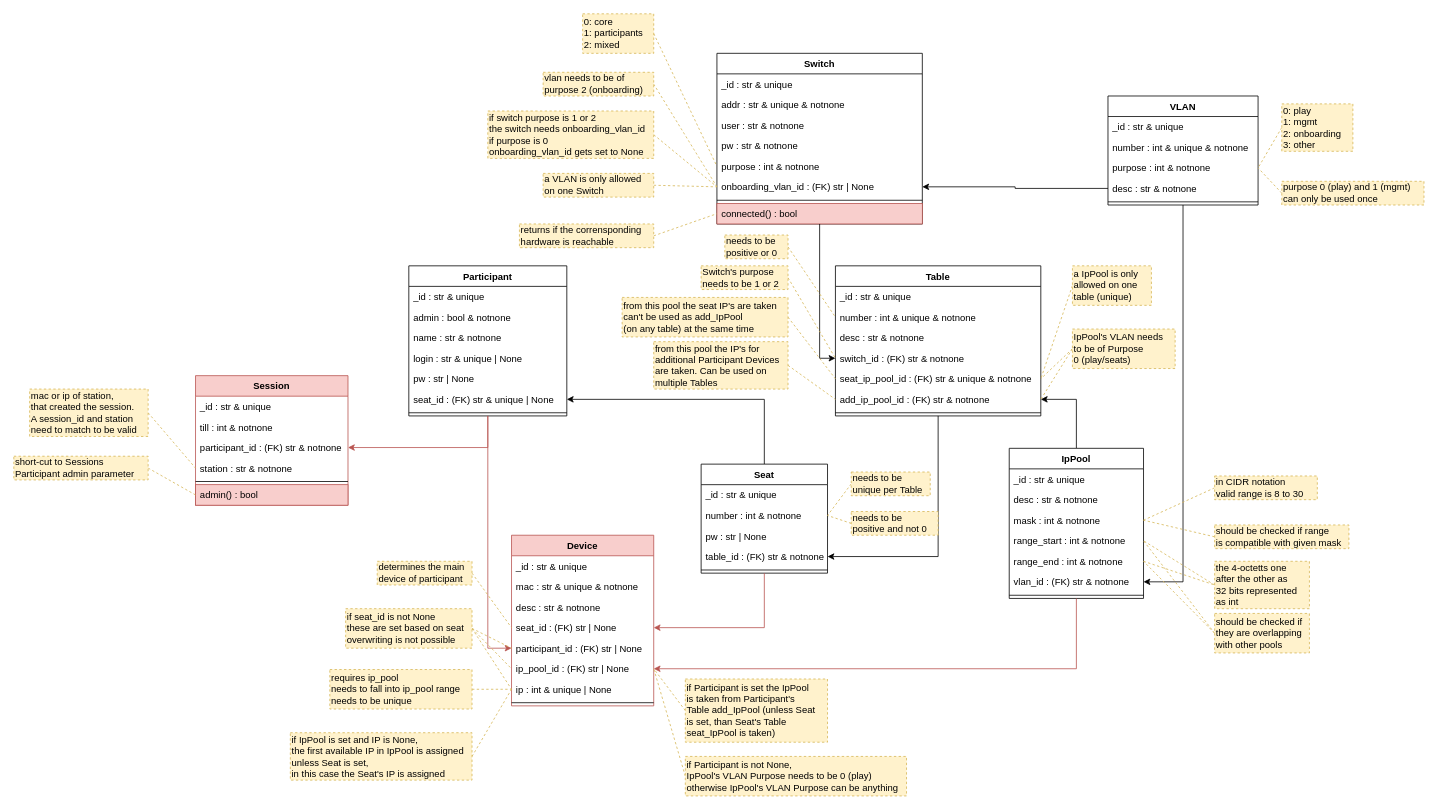
nils-ost/LanPartyOnboardingSystem keeps this draw.io diagram as docs/elements_classes.drawio. Above is the earlier version. Source tidied: cells renumbered, new cells numbered last; positions are measured from the earlier drawing's top-left corner, leaving out a move shared by most shapes. Both pictures are drawn from the tidied source at 79%, with x=0, y=0 at pixel (13, 13).
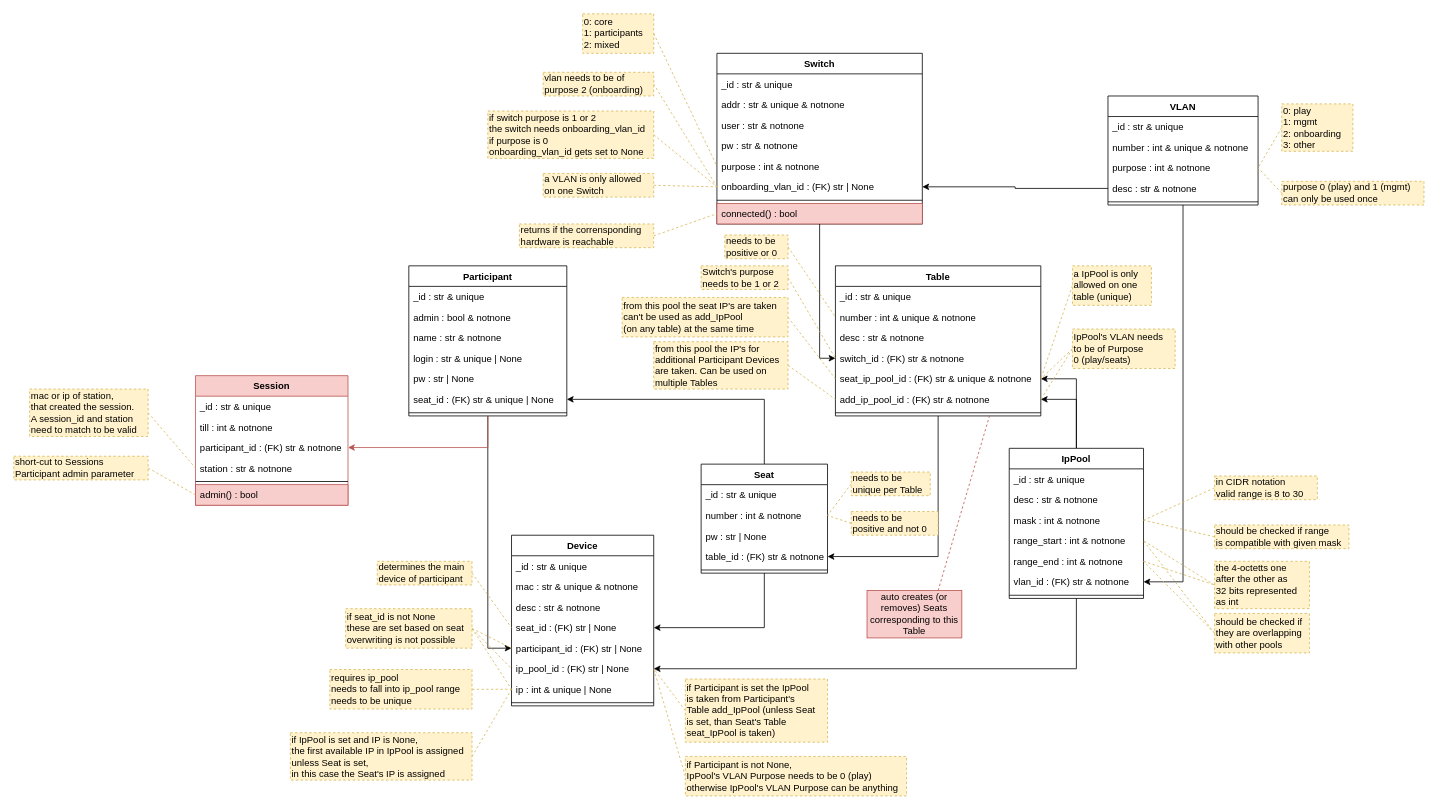
Above is the later version.

Commit message (it also covers changes not shown here):
implemented element Device

The change refers to these unchanged cells:
```xml
<mxCell id="23" value="Table" style="swimlane;fontStyle=1;align=center;verticalAlign=top;horizontal=1;startSize=26;" parent="1" vertex="1">
  <mxGeometry x="1040" y="319" width="260" height="190" as="geometry" />
</mxCell>
<mxCell id="28" value="seat_ip_pool_id : (FK) str &amp; unique &amp; notnone" style="text;strokeColor=none;fillColor=none;align=left;verticalAlign=top;spacingLeft=4;spacingRight=4;overflow=hidden;points=[[0,0.5],[1,0.5]];portConstraint=eastwest;dashed=1;" parent="23" vertex="1">
  <mxGeometry y="130" width="260" height="26" as="geometry" />
</mxCell>
<mxCell id="33" value="IpPool" style="swimlane;fontStyle=1;align=center;verticalAlign=top;horizontal=1;startSize=26;" parent="1" vertex="1">
  <mxGeometry x="1260" y="550" width="170" height="190" as="geometry" />
</mxCell>
<mxCell id="45" value="Seat" style="swimlane;fontStyle=1;align=center;verticalAlign=top;horizontal=1;startSize=26;" parent="1" vertex="1">
  <mxGeometry x="870" y="570" width="160" height="138" as="geometry" />
</mxCell>
<mxCell id="52" value="Participant" style="swimlane;fontStyle=1;align=center;verticalAlign=top;horizontal=1;startSize=26;" parent="1" vertex="1">
  <mxGeometry x="500" y="319" width="200" height="190" as="geometry" />
</mxCell>
<mxCell id="64" value="seat_id : (FK) str | None" style="text;strokeColor=none;fillColor=none;align=left;verticalAlign=top;spacingLeft=4;spacingRight=4;overflow=hidden;points=[[0,0.5],[1,0.5]];portConstraint=eastwest;" parent="60" vertex="1">
  <mxGeometry y="104" width="180" height="26" as="geometry" />
</mxCell>
<mxCell id="65" value="participant_id : (FK) str | None" style="text;strokeColor=none;fillColor=none;align=left;verticalAlign=top;spacingLeft=4;spacingRight=4;overflow=hidden;points=[[0,0.5],[1,0.5]];portConstraint=eastwest;" parent="60" vertex="1">
  <mxGeometry y="130" width="180" height="26" as="geometry" />
</mxCell>
<mxCell id="66" value="ip_pool_id : (FK) str | None" style="text;strokeColor=none;fillColor=none;align=left;verticalAlign=top;spacingLeft=4;spacingRight=4;overflow=hidden;points=[[0,0.5],[1,0.5]];portConstraint=eastwest;" parent="60" vertex="1">
  <mxGeometry y="156" width="180" height="26" as="geometry" />
</mxCell>
```

The edit, as a diff of the source:
```diff
@@
+    <mxCell id="132" style="edgeStyle=orthogonalEdgeStyle;rounded=0;jettySize=auto;html=1;" parent="1" edge="1" source="33" target="28">
+      <mxGeometry relative="1" as="geometry" />
+    </mxCell>
@@
-    <mxCell id="60" value="Device" style="swimlane;fontStyle=1;align=center;verticalAlign=top;horizontal=1;startSize=26;fillColor=#f8cecc;strokeColor=#b85450;" parent="1" vertex="1">
+    <mxCell id="60" value="Device" style="swimlane;fontStyle=1;align=center;verticalAlign=top;horizontal=1;startSize=26;" parent="1" vertex="1">
       <mxGeometry x="630" y="660" width="180" height="216" as="geometry" />
     </mxCell>
@@
-    <mxCell id="69" style="edgeStyle=orthogonalEdgeStyle;rounded=0;jettySize=auto;html=1;endArrow=classic;endFill=1;fillColor=#f8cecc;strokeColor=#b85450;" parent="1" edge="1" source="45" target="64">
+    <mxCell id="69" style="edgeStyle=orthogonalEdgeStyle;rounded=0;jettySize=auto;html=1;endArrow=classic;endFill=1;" parent="1" edge="1" source="45" target="64">
       <mxGeometry relative="1" as="geometry" />
     </mxCell>
-    <mxCell id="70" style="edgeStyle=orthogonalEdgeStyle;rounded=0;jettySize=auto;html=1;endArrow=classic;endFill=1;fillColor=#f8cecc;strokeColor=#b85450;" parent="1" edge="1" source="52" target="65">
+    <mxCell id="70" style="edgeStyle=orthogonalEdgeStyle;rounded=0;jettySize=auto;html=1;endArrow=classic;endFill=1;" parent="1" edge="1" source="52" target="65">
       <mxGeometry relative="1" as="geometry" />
     </mxCell>
-    <mxCell id="71" style="edgeStyle=orthogonalEdgeStyle;rounded=0;jettySize=auto;html=1;endArrow=classic;endFill=1;fillColor=#f8cecc;strokeColor=#b85450;" parent="1" edge="1" source="33" target="66">
+    <mxCell id="71" style="edgeStyle=orthogonalEdgeStyle;rounded=0;jettySize=auto;html=1;endArrow=classic;endFill=1;" parent="1" edge="1" source="33" target="66">
       <mxGeometry relative="1" as="geometry" />
     </mxCell>
@@
+    <mxCell id="133" style="rounded=0;jettySize=auto;html=1;exitX=0.75;exitY=0;exitDx=0;exitDy=0;endArrow=none;endFill=0;dashed=1;fillColor=#f8cecc;strokeColor=#b85450;entryX=0.75;entryY=1;entryDx=0;entryDy=0;" parent="1" edge="1" source="134" target="23">
+      <mxGeometry relative="1" as="geometry" />
+    </mxCell>
+    <mxCell id="134" value="auto creates (or removes) Seats corresponding to this Table" style="rounded=0;whiteSpace=wrap;html=1;fillColor=#f8cecc;strokeColor=#b85450;" parent="1" vertex="1">
+      <mxGeometry x="1080" y="730" width="120" height="60" as="geometry" />
+    </mxCell>
```
